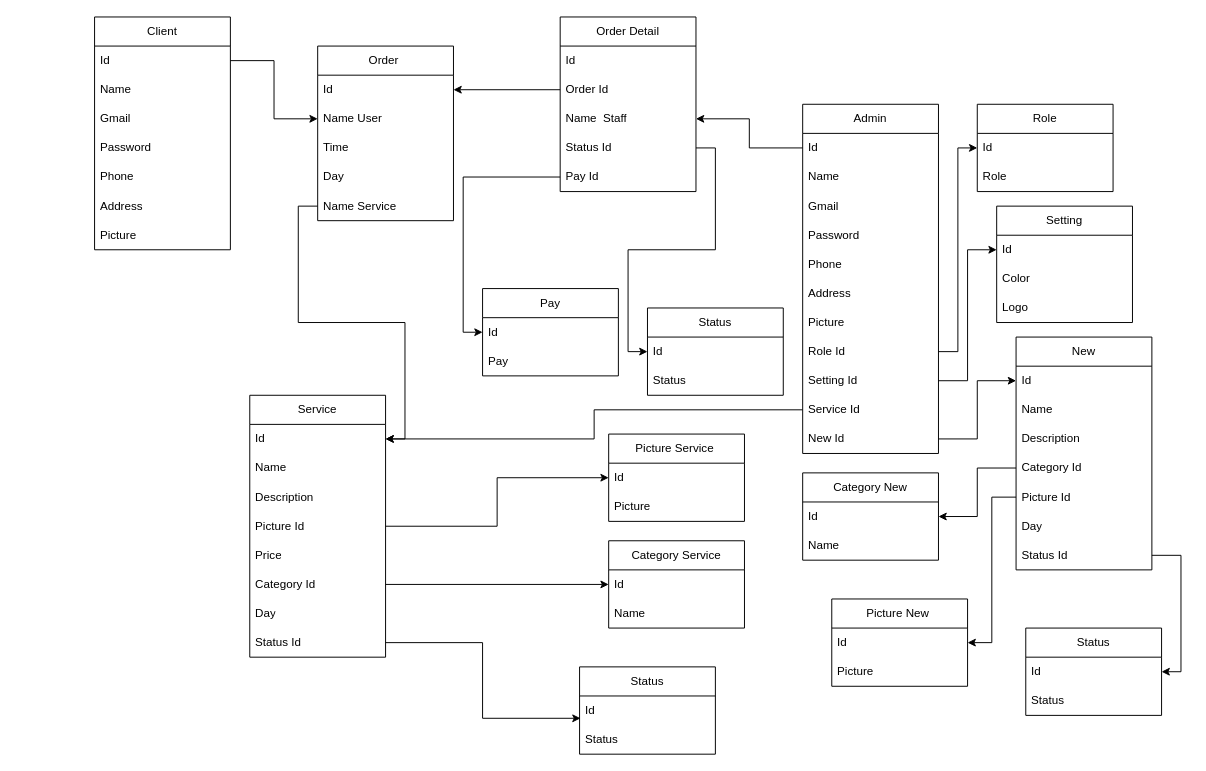
The draw.io diagram Biểu đồ không có tiêu đề.drawio in hai061898/diagrams, before the edit. Source tidied: cells renumbered, new cells numbered last; positions are measured from the earlier drawing's top-left corner, leaving out a move shared by most shapes. Both pictures are drawn from the tidied source at 97%, with x=0, y=0 at pixel (94, 16).
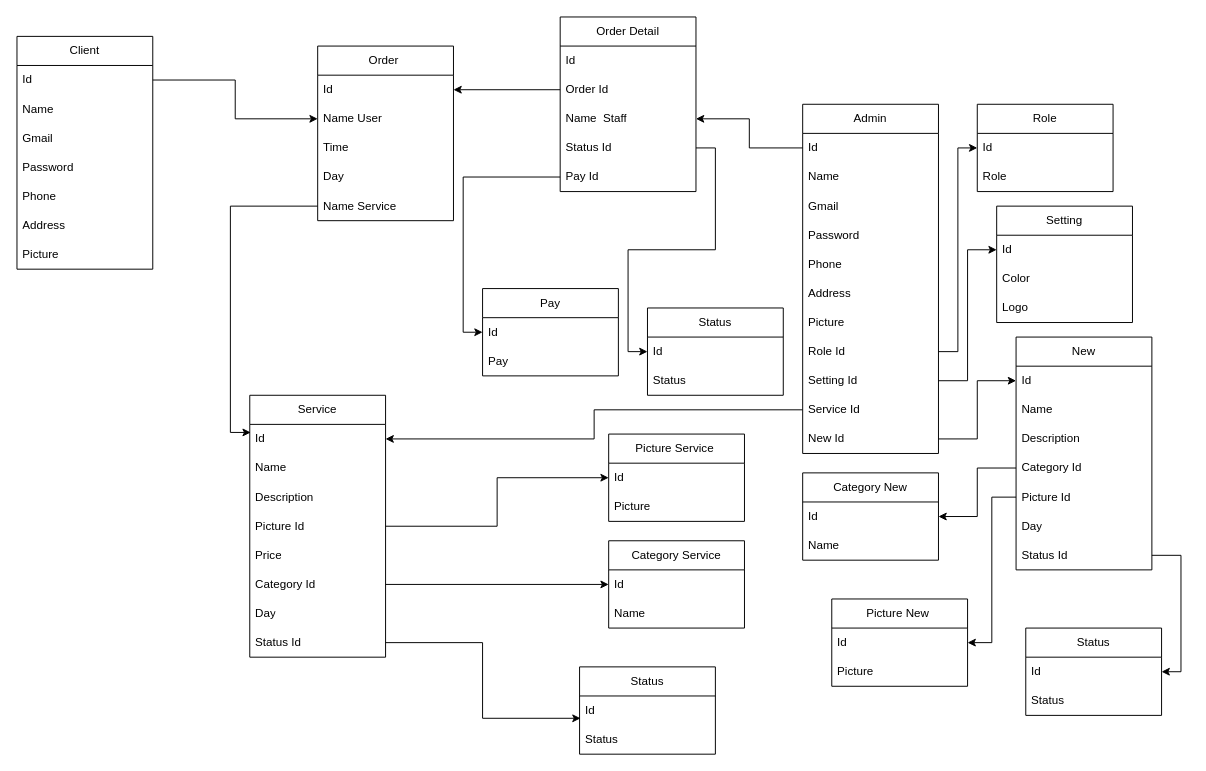
Above is the later version.

The change refers to these unchanged cells:
```xml
<mxCell id="17" value="Id" style="text;strokeColor=none;fillColor=none;align=left;verticalAlign=middle;spacingLeft=4;spacingRight=4;overflow=hidden;points=[[0,0.5],[1,0.5]];portConstraint=eastwest;whiteSpace=wrap;html=1;" parent="16" vertex="1">
  <mxGeometry y="30" width="140" height="30" as="geometry" />
</mxCell>
<mxCell id="63" value="Name Service&amp;nbsp;" style="text;strokeColor=none;fillColor=none;align=left;verticalAlign=middle;spacingLeft=4;spacingRight=4;overflow=hidden;points=[[0,0.5],[1,0.5]];portConstraint=eastwest;whiteSpace=wrap;html=1;" parent="58" vertex="1">
  <mxGeometry y="150" width="140" height="30" as="geometry" />
</mxCell>
```

What changed in the source:
```diff
@@
     <mxCell id="2" value="Client" style="swimlane;fontStyle=0;horizontal=1;startSize=30;whiteSpace=wrap;html=1;" parent="1" vertex="1">
-      <mxGeometry width="140" height="240" as="geometry" />
+      <mxGeometry x="-80" y="20" width="140" height="240" as="geometry" />
     </mxCell>
@@
-    <mxCell id="74" style="edgeStyle=orthogonalEdgeStyle;rounded=0;jettySize=auto;html=1;" parent="1" edge="1" source="63" target="17">
+    <mxCell id="74" style="edgeStyle=orthogonalEdgeStyle;rounded=0;jettySize=auto;html=1;entryX=0.007;entryY=0.278;entryDx=0;entryDy=0;entryPerimeter=0;" parent="1" edge="1" source="63" target="17">
       <mxGeometry relative="1" as="geometry" />
     </mxCell>
```
